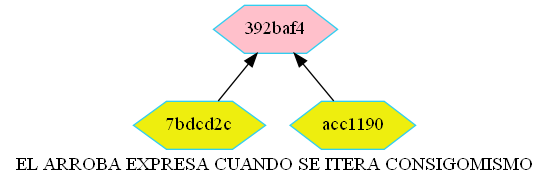
The Graphviz diagram merkle.png in betebetoven/EDDS2F2, before a commit. Its source is kept beside it as merkle.dot. The source it was exported from:
```dot
digraph G
{label="EL ARROBA EXPRESA CUANDO SE ITERA CONSIGOMISMO"
        node[shape = hexagon]
        node[style = filled]
        node[fillcolor = "#EEEEE"]
        node[color = "#EEEEE"]
        node[color = "#31CEF0"]
        rankdir=BT;

"7bdcd2c" -> "392baf4"
"acc1190" -> "392baf4"
"392baf4"[fillcolor="pink"]
}
```
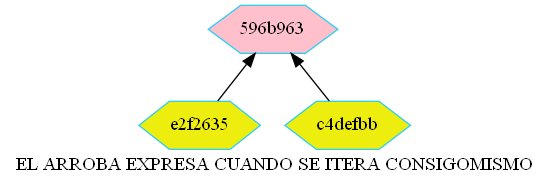
After the commit.

The edit, as a diff of the source:
```diff
@@ -7,7 +7,7 @@
         node[color = "#31CEF0"]
         rankdir=BT;
 
-"7bdcd2c" -> "392baf4"
-"acc1190" -> "392baf4"
-"392baf4"[fillcolor="pink"]
+"e2f2635" -> "596b963"
+"c4defbb" -> "596b963"
+"596b963"[fillcolor="pink"]
 }
```
